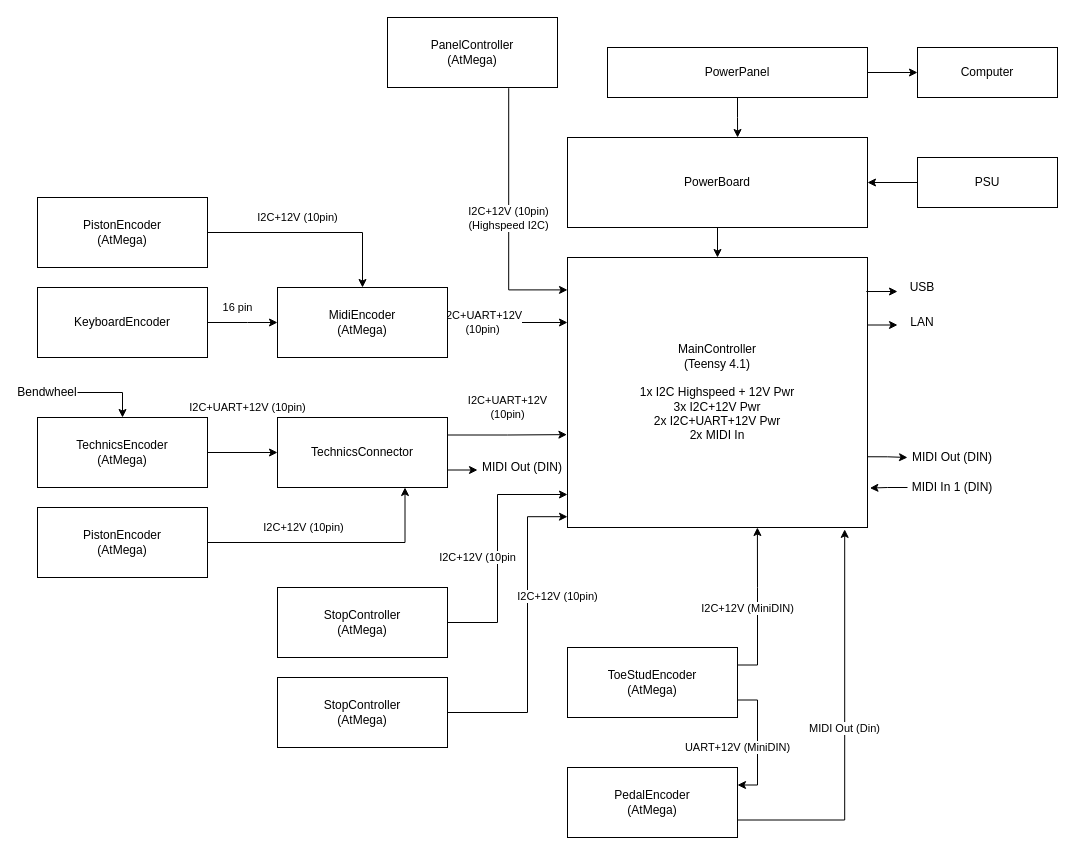
Above: page "Boards" (1 of 2) of boards/Boards.drawio in stefanhepp/eOrgan (draw.io), before the change. Source tidied: cells renumbered, new cells numbered last; positions are measured from the earlier drawing's top-left corner, leaving out a move shared by most shapes. Both pictures are drawn from the tidied source at 100%, with x=0, y=0 at pixel (17, 17).
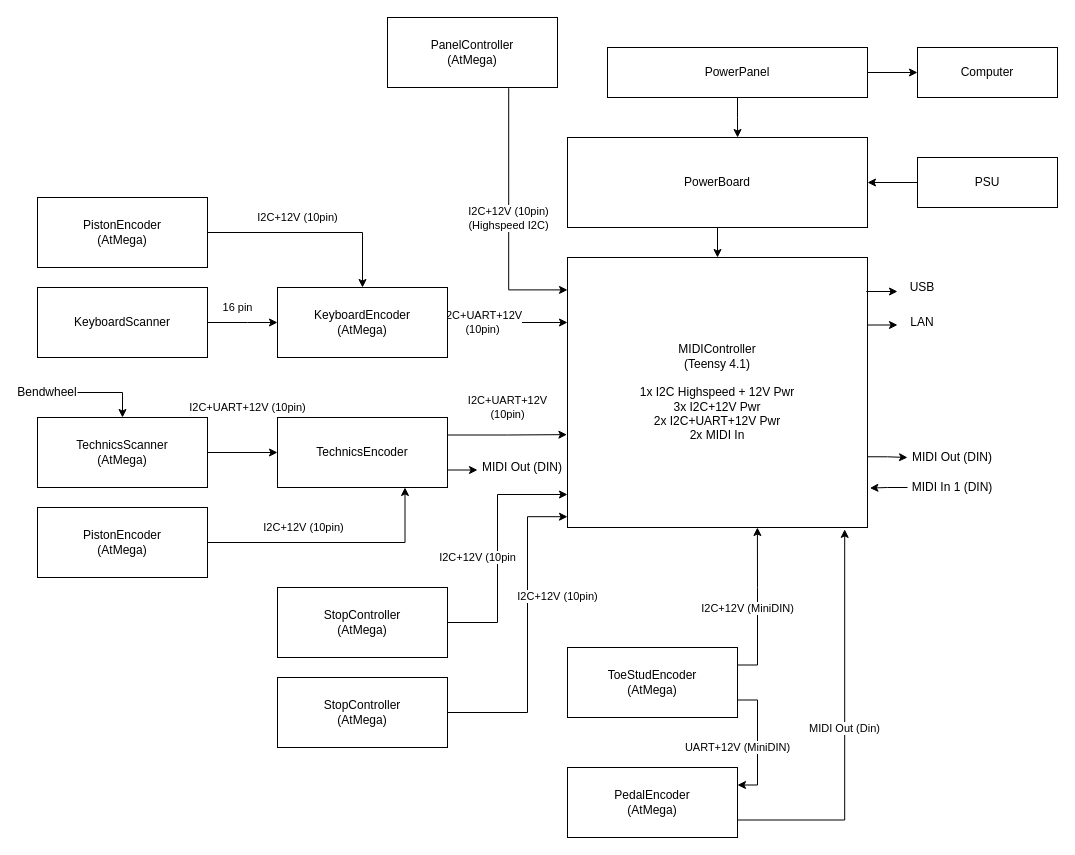
Above is the later version.

Change to the diagram source:
```diff
@@
-    <mxCell id="4" value="MainController&lt;br&gt;(Teensy 4.1)&lt;br&gt;&lt;br&gt;1x I2C Highspeed + 12V Pwr&lt;br&gt;3x I2C+12V Pwr&lt;br&gt;2x I2C+UART+12V Pwr&lt;br&gt;2x MIDI In" style="rounded=0;whiteSpace=wrap;html=1;" parent="1" vertex="1">
+    <mxCell id="4" value="MIDIController&lt;br&gt;(Teensy 4.1)&lt;br&gt;&lt;br&gt;1x I2C Highspeed + 12V Pwr&lt;br&gt;3x I2C+12V Pwr&lt;br&gt;2x I2C+UART+12V Pwr&lt;br&gt;2x MIDI In" style="rounded=0;whiteSpace=wrap;html=1;" parent="1" vertex="1">
       <mxGeometry x="550" y="240" width="300" height="270" as="geometry" />
     </mxCell>
@@
-    <mxCell id="18" value="TechnicsConnector" style="rounded=0;whiteSpace=wrap;html=1;" parent="1" vertex="1">
+    <mxCell id="18" value="TechnicsEncoder" style="rounded=0;whiteSpace=wrap;html=1;" parent="1" vertex="1">
       <mxGeometry x="260" y="400" width="170" height="70" as="geometry" />
     </mxCell>
@@
-    <mxCell id="20" value="MidiEncoder&lt;br&gt;(AtMega)" style="rounded=0;whiteSpace=wrap;html=1;" parent="1" vertex="1">
+    <mxCell id="20" value="KeyboardEncoder&lt;br&gt;(AtMega)" style="rounded=0;whiteSpace=wrap;html=1;" parent="1" vertex="1">
       <mxGeometry x="260" y="270" width="170" height="70" as="geometry" />
     </mxCell>
@@
-    <mxCell id="24" value="TechnicsEncoder&lt;br&gt;(AtMega)" style="rounded=0;whiteSpace=wrap;html=1;" parent="1" vertex="1">
+    <mxCell id="24" value="TechnicsScanner&lt;br&gt;(AtMega)" style="rounded=0;whiteSpace=wrap;html=1;" parent="1" vertex="1">
       <mxGeometry x="20" y="400" width="170" height="70" as="geometry" />
     </mxCell>
@@
-    <mxCell id="26" value="KeyboardEncoder" style="rounded=0;whiteSpace=wrap;html=1;" parent="1" vertex="1">
+    <mxCell id="26" value="KeyboardScanner" style="rounded=0;whiteSpace=wrap;html=1;" parent="1" vertex="1">
       <mxGeometry x="20" y="270" width="170" height="70" as="geometry" />
     </mxCell>
```
